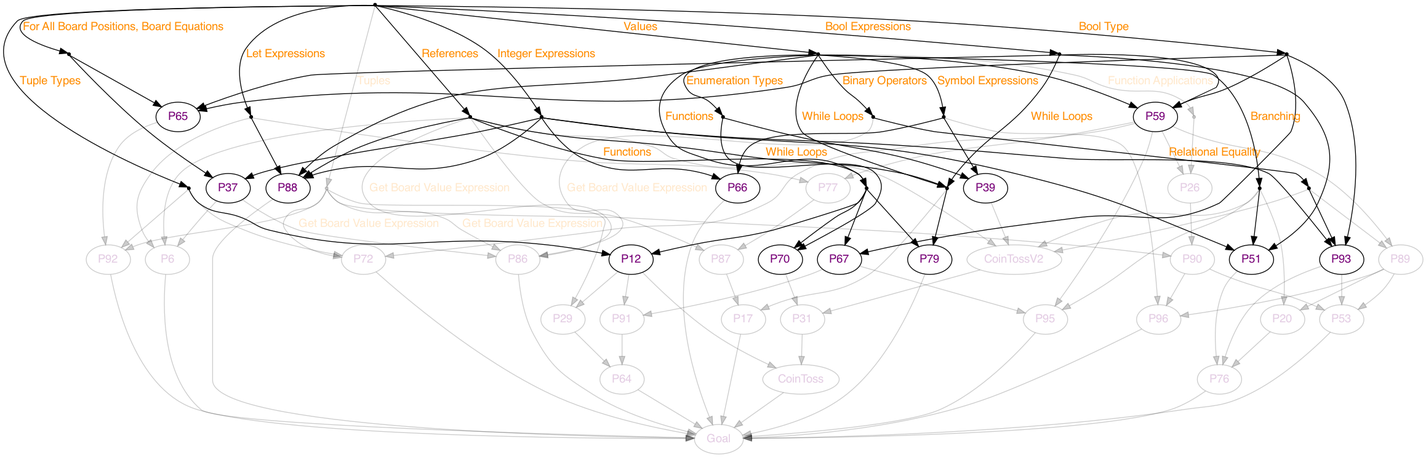
This is last-lattice.png from montymxb/proto-bogl-explorer, a Graphviz export, as it was before one commit. Its source is kept beside it as last-lattice.gv.
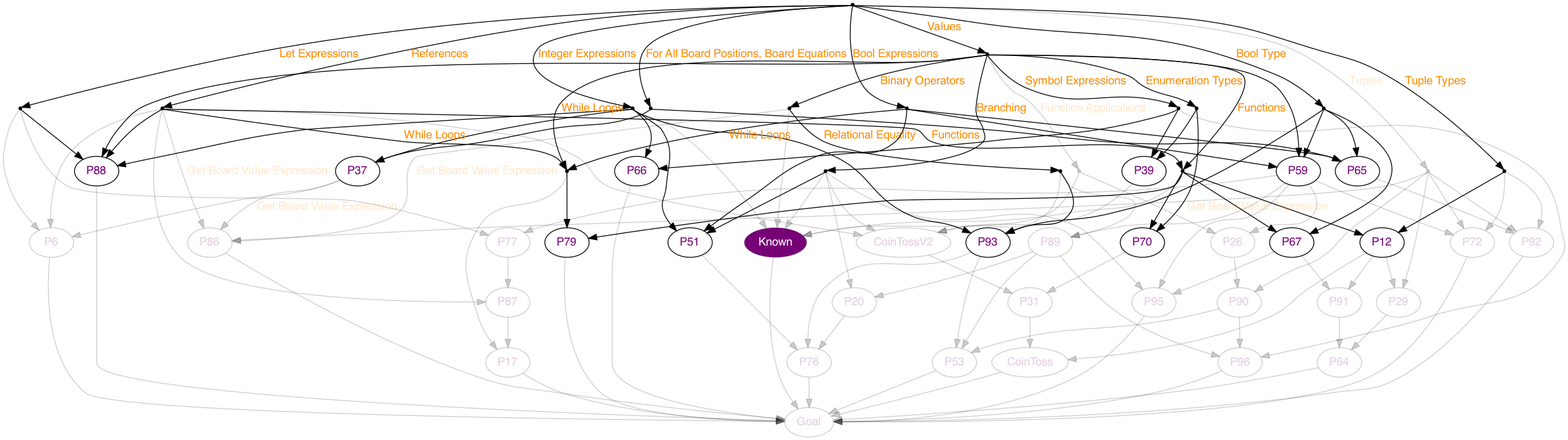
After the commit.

What changed in the source:
```diff
@@ -1,37 +1,37 @@
 strict digraph {
-V1 [color="#00000033"][fontcolor="#77007733"][fontname="Helvetica"][label="Goal"];
-V2 [color="#00000033"][fontcolor="#77007733"][fontname="Helvetica"][label="CoinToss"];
-V3 [color="#00000033"][fontcolor="#77007733"][fontname="Helvetica"][label="CoinTossV2"];
-V4 [color="#000000"][fontcolor="#770077"][fontname="Helvetica"][label="P12"];
-V5 [color="#00000033"][fontcolor="#77007733"][fontname="Helvetica"][label="P17"];
-V6 [color="#00000033"][fontcolor="#77007733"][fontname="Helvetica"][label="P20"];
-V7 [color="#00000033"][fontcolor="#77007733"][fontname="Helvetica"][label="P26"];
-V8 [color="#00000033"][fontcolor="#77007733"][fontname="Helvetica"][label="P29"];
-V9 [color="#00000033"][fontcolor="#77007733"][fontname="Helvetica"][label="P31"];
-V10 [color="#000000"][fontcolor="#770077"][fontname="Helvetica"][label="P37"];
-V11 [color="#000000"][fontcolor="#770077"][fontname="Helvetica"][label="P39"];
-V12 [color="#000000"][fontcolor="#770077"][fontname="Helvetica"][label="P51"];
-V13 [color="#00000033"][fontcolor="#77007733"][fontname="Helvetica"][label="P53"];
-V14 [color="#000000"][fontcolor="#770077"][fontname="Helvetica"][label="P59"];
-V15 [color="#00000033"][fontcolor="#77007733"][fontname="Helvetica"][label="P6"];
-V16 [color="#00000033"][fontcolor="#77007733"][fontname="Helvetica"][label="P64"];
-V17 [color="#000000"][fontcolor="#770077"][fontname="Helvetica"][label="P65"];
-V18 [color="#000000"][fontcolor="#770077"][fontname="Helvetica"][label="P66"];
-V19 [color="#000000"][fontcolor="#770077"][fontname="Helvetica"][label="P67"];
-V20 [color="#000000"][fontcolor="#770077"][fontname="Helvetica"][label="P70"];
-V21 [color="#00000033"][fontcolor="#77007733"][fontname="Helvetica"][label="P72"];
-V22 [color="#00000033"][fontcolor="#77007733"][fontname="Helvetica"][label="P76"];
-V23 [color="#00000033"][fontcolor="#77007733"][fontname="Helvetica"][label="P77"];
-V24 [color="#000000"][fontcolor="#770077"][fontname="Helvetica"][label="P79"];
-V25 [color="#00000033"][fontcolor="#77007733"][fontname="Helvetica"][label="P86"];
-V26 [color="#00000033"][fontcolor="#77007733"][fontname="Helvetica"][label="P87"];
-V27 [color="#000000"][fontcolor="#770077"][fontname="Helvetica"][label="P88"];
-V28 [color="#00000033"][fontcolor="#77007733"][fontname="Helvetica"][label="P89"];
-V29 [color="#00000033"][fontcolor="#77007733"][fontname="Helvetica"][label="P90"];
-V30 [color="#00000033"][fontcolor="#77007733"][fontname="Helvetica"][label="P91"];
-V31 [color="#00000033"][fontcolor="#77007733"][fontname="Helvetica"][label="P92"];
-V32 [color="#000000"][fontcolor="#770077"][fontname="Helvetica"][label="P93"];
-V33 [color="#00000033"][fontcolor="#77007733"][fontname="Helvetica"][label="P95"];
-V34 [color="#00000033"][fontcolor="#77007733"][fontname="Helvetica"][label="P96"];
-V35 [color="#000000"][fontcolor="#770077"][shape="point"];
+V1 [color="#00000033"][fontcolor="#77007733"][fontname="Helvetica"][fillcolor="#770077"][style="filled"][fontcolor="white"][label="Known"];
+V2 [color="#00000033"][fontcolor="#77007733"][fontname="Helvetica"][label="Goal"];
+V3 [color="#00000033"][fontcolor="#77007733"][fontname="Helvetica"][label="CoinToss"];
+V4 [color="#00000033"][fontcolor="#77007733"][fontname="Helvetica"][label="CoinTossV2"];
+V5 [color="#000000"][fontcolor="#770077"][fontname="Helvetica"][label="P12"];
+V6 [color="#00000033"][fontcolor="#77007733"][fontname="Helvetica"][label="P17"];
+V7 [color="#00000033"][fontcolor="#77007733"][fontname="Helvetica"][label="P20"];
+V8 [color="#00000033"][fontcolor="#77007733"][fontname="Helvetica"][label="P26"];
+V9 [color="#00000033"][fontcolor="#77007733"][fontname="Helvetica"][label="P29"];
+V10 [color="#00000033"][fontcolor="#77007733"][fontname="Helvetica"][label="P31"];
+V11 [color="#000000"][fontcolor="#770077"][fontname="Helvetica"][label="P37"];
+V12 [color="#000000"][fontcolor="#770077"][fontname="Helvetica"][label="P39"];
+V13 [color="#000000"][fontcolor="#770077"][fontname="Helvetica"][label="P51"];
+V14 [color="#00000033"][fontcolor="#77007733"][fontname="Helvetica"][label="P53"];
+V15 [color="#000000"][fontcolor="#770077"][fontname="Helvetica"][label="P59"];
+V16 [color="#00000033"][fontcolor="#77007733"][fontname="Helvetica"][label="P6"];
+V17 [color="#00000033"][fontcolor="#77007733"][fontname="Helvetica"][label="P64"];
+V18 [color="#000000"][fontcolor="#770077"][fontname="Helvetica"][label="P65"];
+V19 [color="#000000"][fontcolor="#770077"][fontname="Helvetica"][label="P66"];
+V20 [color="#000000"][fontcolor="#770077"][fontname="Helvetica"][label="P67"];
+V21 [color="#000000"][fontcolor="#770077"][fontname="Helvetica"][label="P70"];
+V22 [color="#00000033"][fontcolor="#77007733"][fontname="Helvetica"][label="P72"];
+V23 [color="#00000033"][fontcolor="#77007733"][fontname="Helvetica"][label="P76"];
+V24 [color="#00000033"][fontcolor="#77007733"][fontname="Helvetica"][label="P77"];
+V25 [color="#000000"][fontcolor="#770077"][fontname="Helvetica"][label="P79"];
+V26 [color="#00000033"][fontcolor="#77007733"][fontname="Helvetica"][label="P86"];
+V27 [color="#00000033"][fontcolor="#77007733"][fontname="Helvetica"][label="P87"];
+V28 [color="#000000"][fontcolor="#770077"][fontname="Helvetica"][label="P88"];
+V29 [color="#00000033"][fontcolor="#77007733"][fontname="Helvetica"][label="P89"];
+V30 [color="#00000033"][fontcolor="#77007733"][fontname="Helvetica"][label="P90"];
+V31 [color="#00000033"][fontcolor="#77007733"][fontname="Helvetica"][label="P91"];
+V32 [color="#00000033"][fontcolor="#77007733"][fontname="Helvetica"][label="P92"];
+V33 [color="#000000"][fontcolor="#770077"][fontname="Helvetica"][label="P93"];
+V34 [color="#00000033"][fontcolor="#77007733"][fontname="Helvetica"][label="P95"];
+V35 [color="#00000033"][fontcolor="#77007733"][fontname="Helvetica"][label="P96"];
 V36 [color="#000000"][fontcolor="#770077"][shape="point"];
@@ -44,4 +44,4 @@
 V43 [color="#000000"][fontcolor="#770077"][shape="point"];
-V44 [color="#00000033"][fontcolor="#77007733"][shape="point"];
-V45 [color="#000000"][fontcolor="#770077"][shape="point"];
+V44 [color="#000000"][fontcolor="#770077"][shape="point"];
+V45 [color="#00000033"][fontcolor="#77007733"][shape="point"];
 V46 [color="#000000"][fontcolor="#770077"][shape="point"];
@@ -51,121 +51,128 @@
 V50 [color="#000000"][fontcolor="#770077"][shape="point"];
-V51 [color="#00000033"][fontcolor="#77007733"][shape="point"];
-V52 [color="#000000"][fontcolor="#770077"][shape="point"];
-V45 -> V37 [color="#000000"][fontcolor="#770077"][fontcolor="darkorange"][fontname="Helvetica"][label="Let Expressions"];
-V45 -> V38 [color="#000000"][fontcolor="#770077"][fontcolor="darkorange"][fontname="Helvetica"][label="For All Board Positions, Board Equations"];
-V45 -> V39 [color="#000000"][fontcolor="#770077"][fontcolor="darkorange"][fontname="Helvetica"][label="Tuple Types"];
-V45 -> V40 [color="#000000"][fontcolor="#770077"][fontcolor="darkorange"][fontname="Helvetica"][label="Integer Expressions"];
-V45 -> V43 [color="#000000"][fontcolor="#770077"][fontcolor="darkorange"][fontname="Helvetica"][label="References"];
-V45 -> V46 [color="#000000"][fontcolor="#770077"][fontcolor="darkorange"][fontname="Helvetica"][label="Bool Type"];
-V45 -> V50 [color="#000000"][fontcolor="#770077"][fontcolor="darkorange"][fontname="Helvetica"][label="Bool Expressions"];
-V45 -> V51 [color="#00000033"][fontcolor="#77007733"][fontcolor="#ff8c0033"][fontname="Helvetica"][label="Tuples"];
-V45 -> V52 [color="#000000"][fontcolor="#770077"][fontcolor="darkorange"][fontname="Helvetica"][label="Values"];
-V37 -> V15 [color="#00000033"][fontcolor="#77007733"];
-V37 -> V23 [color="#00000033"][fontcolor="#77007733"];
-V37 -> V27 [color="#000000"][fontcolor="#770077"];
-V38 -> V10 [color="#000000"][fontcolor="#770077"];
-V38 -> V17 [color="#000000"][fontcolor="#770077"];
-V39 -> V4 [color="#000000"][fontcolor="#770077"];
-V39 -> V21 [color="#00000033"][fontcolor="#77007733"];
-V39 -> V31 [color="#00000033"][fontcolor="#77007733"];
-V40 -> V10 [color="#000000"][fontcolor="#770077"];
-V40 -> V12 [color="#000000"][fontcolor="#770077"];
-V40 -> V18 [color="#000000"][fontcolor="#770077"];
-V40 -> V27 [color="#000000"][fontcolor="#770077"];
-V40 -> V32 [color="#000000"][fontcolor="#770077"];
-V10 -> V15 [color="#00000033"][fontcolor="#77007733"];
-V10 -> V25 [color="#00000033"][fontcolor="#77007733"][fontcolor="#ff8c0033"][fontname="Helvetica"][label="Get Board Value Expression"];
-V43 -> V3 [color="#00000033"][fontcolor="#77007733"];
-V43 -> V15 [color="#00000033"][fontcolor="#77007733"];
-V43 -> V25 [color="#00000033"][fontcolor="#77007733"][fontcolor="#ff8c0033"][fontname="Helvetica"][label="Get Board Value Expression"];
-V43 -> V26 [color="#00000033"][fontcolor="#77007733"];
-V43 -> V27 [color="#000000"][fontcolor="#770077"];
-V43 -> V36 [color="#000000"][fontcolor="#770077"][fontcolor="darkorange"][fontname="Helvetica"][label="While Loops"];
-V43 -> V41 [color="#000000"][fontcolor="#770077"][fontcolor="darkorange"][fontname="Helvetica"][label="Functions"];
-V15 -> V1 [color="#00000033"][fontcolor="#77007733"];
-V46 -> V14 [color="#000000"][fontcolor="#770077"];
-V46 -> V17 [color="#000000"][fontcolor="#770077"];
-V46 -> V19 [color="#000000"][fontcolor="#770077"];
-V46 -> V32 [color="#000000"][fontcolor="#770077"];
+V51 [color="#000000"][fontcolor="#770077"][shape="point"];
+V52 [color="#00000033"][fontcolor="#77007733"][shape="point"];
+V53 [color="#000000"][fontcolor="#770077"][shape="point"];
+V46 -> V38 [color="#000000"][fontcolor="#770077"][fontcolor="darkorange"][fontname="Helvetica"][label="Let Expressions"];
+V46 -> V39 [color="#000000"][fontcolor="#770077"][fontcolor="darkorange"][fontname="Helvetica"][label="For All Board Positions, Board Equations"];
+V46 -> V40 [color="#000000"][fontcolor="#770077"][fontcolor="darkorange"][fontname="Helvetica"][label="Tuple Types"];
+V46 -> V41 [color="#000000"][fontcolor="#770077"][fontcolor="darkorange"][fontname="Helvetica"][label="Integer Expressions"];
+V46 -> V44 [color="#000000"][fontcolor="#770077"][fontcolor="darkorange"][fontname="Helvetica"][label="References"];
+V46 -> V47 [color="#000000"][fontcolor="#770077"][fontcolor="darkorange"][fontname="Helvetica"][label="Bool Type"];
+V46 -> V51 [color="#000000"][fontcolor="#770077"][fontcolor="darkorange"][fontname="Helvetica"][label="Bool Expressions"];
+V46 -> V52 [color="#00000033"][fontcolor="#77007733"][fontcolor="#ff8c0033"][fontname="Helvetica"][label="Tuples"];
+V46 -> V53 [color="#000000"][fontcolor="#770077"][fontcolor="darkorange"][fontname="Helvetica"][label="Values"];
+V38 -> V16 [color="#00000033"][fontcolor="#77007733"];
+V38 -> V24 [color="#00000033"][fontcolor="#77007733"];
+V38 -> V28 [color="#000000"][fontcolor="#770077"];
+V39 -> V11 [color="#000000"][fontcolor="#770077"];
+V39 -> V18 [color="#000000"][fontcolor="#770077"];
+V40 -> V5 [color="#000000"][fontcolor="#770077"];
+V40 -> V22 [color="#00000033"][fontcolor="#77007733"];
+V40 -> V32 [color="#00000033"][fontcolor="#77007733"];
+V41 -> V1 [color="#00000033"][fontcolor="#77007733"];
+V41 -> V11 [color="#000000"][fontcolor="#770077"];
+V41 -> V13 [color="#000000"][fontcolor="#770077"];
+V41 -> V19 [color="#000000"][fontcolor="#770077"];
+V41 -> V28 [color="#000000"][fontcolor="#770077"];
+V41 -> V33 [color="#000000"][fontcolor="#770077"];
+V11 -> V16 [color="#00000033"][fontcolor="#77007733"];
+V11 -> V26 [color="#00000033"][fontcolor="#77007733"][fontcolor="#ff8c0033"][fontname="Helvetica"][label="Get Board Value Expression"];
+V44 -> V4 [color="#00000033"][fontcolor="#77007733"];
+V44 -> V16 [color="#00000033"][fontcolor="#77007733"];
+V44 -> V26 [color="#00000033"][fontcolor="#77007733"][fontcolor="#ff8c0033"][fontname="Helvetica"][label="Get Board Value Expression"];
+V44 -> V27 [color="#00000033"][fontcolor="#77007733"];
+V44 -> V28 [color="#000000"][fontcolor="#770077"];
+V44 -> V37 [color="#000000"][fontcolor="#770077"][fontcolor="darkorange"][fontname="Helvetica"][label="While Loops"];
+V44 -> V42 [color="#000000"][fontcolor="#770077"][fontcolor="darkorange"][fontname="Helvetica"][label="Functions"];
+V16 -> V2 [color="#00000033"][fontcolor="#77007733"];
+V47 -> V15 [color="#000000"][fontcolor="#770077"];
+V47 -> V18 [color="#000000"][fontcolor="#770077"];
+V47 -> V20 [color="#000000"][fontcolor="#770077"];
+V47 -> V33 [color="#000000"][fontcolor="#770077"];
+V51 -> V13 [color="#000000"][fontcolor="#770077"];
+V51 -> V15 [color="#000000"][fontcolor="#770077"];
+V51 -> V18 [color="#000000"][fontcolor="#770077"];
+V51 -> V37 [color="#000000"][fontcolor="#770077"][fontcolor="darkorange"][fontname="Helvetica"][label="While Loops"];
+V18 -> V32 [color="#00000033"][fontcolor="#77007733"];
+V52 -> V9 [color="#00000033"][fontcolor="#77007733"];
+V52 -> V22 [color="#00000033"][fontcolor="#77007733"];
+V52 -> V26 [color="#00000033"][fontcolor="#77007733"][fontcolor="#ff8c0033"][fontname="Helvetica"][label="Get Board Value Expression"];
+V52 -> V30 [color="#00000033"][fontcolor="#77007733"];
+V52 -> V32 [color="#00000033"][fontcolor="#77007733"];
+V32 -> V2 [color="#00000033"][fontcolor="#77007733"];
+V53 -> V15 [color="#000000"][fontcolor="#770077"];
+V53 -> V28 [color="#000000"][fontcolor="#770077"];
+V53 -> V36 [color="#000000"][fontcolor="#770077"][fontcolor="darkorange"][fontname="Helvetica"][label="Enumeration Types"];
+V53 -> V37 [color="#000000"][fontcolor="#770077"][fontcolor="darkorange"][fontname="Helvetica"][label="While Loops"];
+V53 -> V42 [color="#000000"][fontcolor="#770077"][fontcolor="darkorange"][fontname="Helvetica"][label="Functions"];
+V53 -> V43 [color="#000000"][fontcolor="#770077"][fontcolor="darkorange"][fontname="Helvetica"][label="Branching"];
+V53 -> V45 [color="#00000033"][fontcolor="#77007733"][fontcolor="#ff8c0033"][fontname="Helvetica"][label="Function Applications"];
+V53 -> V49 [color="#000000"][fontcolor="#770077"][fontcolor="darkorange"][fontname="Helvetica"][label="Binary Operators"];
+V53 -> V50 [color="#000000"][fontcolor="#770077"][fontcolor="darkorange"][fontname="Helvetica"][label="Symbol Expressions"];
+V15 -> V8 [color="#00000033"][fontcolor="#77007733"];
+V15 -> V22 [color="#00000033"][fontcolor="#77007733"];
+V15 -> V24 [color="#00000033"][fontcolor="#77007733"];
+V15 -> V29 [color="#00000033"][fontcolor="#77007733"];
+V15 -> V34 [color="#00000033"][fontcolor="#77007733"];
+V22 -> V2 [color="#00000033"][fontcolor="#77007733"];
+V24 -> V27 [color="#00000033"][fontcolor="#77007733"];
+V27 -> V6 [color="#00000033"][fontcolor="#77007733"];
+V28 -> V2 [color="#00000033"][fontcolor="#77007733"];
+V36 -> V12 [color="#000000"][fontcolor="#770077"];
+V36 -> V21 [color="#000000"][fontcolor="#770077"];
+V37 -> V6 [color="#00000033"][fontcolor="#77007733"];
+V37 -> V25 [color="#000000"][fontcolor="#770077"];
+V6 -> V2 [color="#00000033"][fontcolor="#77007733"];
+V42 -> V1 [color="#00000033"][fontcolor="#77007733"];
+V42 -> V5 [color="#000000"][fontcolor="#770077"];
+V42 -> V20 [color="#000000"][fontcolor="#770077"];
+V42 -> V21 [color="#000000"][fontcolor="#770077"];
+V42 -> V25 [color="#000000"][fontcolor="#770077"];
+V5 -> V3 [color="#00000033"][fontcolor="#77007733"];
+V5 -> V9 [color="#00000033"][fontcolor="#77007733"];
+V5 -> V31 [color="#00000033"][fontcolor="#77007733"];
+V9 -> V17 [color="#00000033"][fontcolor="#77007733"];
+V20 -> V31 [color="#00000033"][fontcolor="#77007733"];
+V20 -> V34 [color="#00000033"][fontcolor="#77007733"];
+V21 -> V10 [color="#00000033"][fontcolor="#77007733"];
+V25 -> V2 [color="#00000033"][fontcolor="#77007733"];
+V31 -> V17 [color="#00000033"][fontcolor="#77007733"];
+V17 -> V2 [color="#00000033"][fontcolor="#77007733"];
+V43 -> V1 [color="#00000033"][fontcolor="#77007733"];
+V43 -> V4 [color="#00000033"][fontcolor="#77007733"];
+V43 -> V7 [color="#00000033"][fontcolor="#77007733"];
+V43 -> V13 [color="#000000"][fontcolor="#770077"];
+V43 -> V34 [color="#00000033"][fontcolor="#77007733"];
+V13 -> V23 [color="#00000033"][fontcolor="#77007733"];
+V34 -> V2 [color="#00000033"][fontcolor="#77007733"];
+V45 -> V1 [color="#00000033"][fontcolor="#77007733"];
+V45 -> V8 [color="#00000033"][fontcolor="#77007733"];
+V8 -> V30 [color="#00000033"][fontcolor="#77007733"];
+V30 -> V14 [color="#00000033"][fontcolor="#77007733"];
+V30 -> V35 [color="#00000033"][fontcolor="#77007733"];
+V49 -> V1 [color="#00000033"][fontcolor="#77007733"];
+V49 -> V26 [color="#00000033"][fontcolor="#77007733"][fontcolor="#ff8c0033"][fontname="Helvetica"][label="Get Board Value Expression"];
+V49 -> V48 [color="#000000"][fontcolor="#770077"][fontcolor="darkorange"][fontname="Helvetica"][label="Relational Equality"];
+V1 -> V2 [color="#00000033"][fontcolor="#77007733"];
+V26 -> V2 [color="#00000033"][fontcolor="#77007733"];
+V48 -> V4 [color="#00000033"][fontcolor="#77007733"];
+V48 -> V29 [color="#00000033"][fontcolor="#77007733"];
+V48 -> V33 [color="#000000"][fontcolor="#770077"];
+V29 -> V7 [color="#00000033"][fontcolor="#77007733"];
+V29 -> V14 [color="#00000033"][fontcolor="#77007733"];
+V29 -> V35 [color="#00000033"][fontcolor="#77007733"];
+V7 -> V23 [color="#00000033"][fontcolor="#77007733"];
+V33 -> V14 [color="#00000033"][fontcolor="#77007733"];
+V33 -> V23 [color="#00000033"][fontcolor="#77007733"];
+V14 -> V2 [color="#00000033"][fontcolor="#77007733"];
+V23 -> V2 [color="#00000033"][fontcolor="#77007733"];
 V50 -> V12 [color="#000000"][fontcolor="#770077"];
-V50 -> V14 [color="#000000"][fontcolor="#770077"];
-V50 -> V17 [color="#000000"][fontcolor="#770077"];
-V50 -> V36 [color="#000000"][fontcolor="#770077"][fontcolor="darkorange"][fontname="Helvetica"][label="While Loops"];
-V17 -> V31 [color="#00000033"][fontcolor="#77007733"];
-V51 -> V8 [color="#00000033"][fontcolor="#77007733"];
-V51 -> V21 [color="#00000033"][fontcolor="#77007733"];
-V51 -> V25 [color="#00000033"][fontcolor="#77007733"][fontcolor="#ff8c0033"][fontname="Helvetica"][label="Get Board Value Expression"];
-V51 -> V29 [color="#00000033"][fontcolor="#77007733"];
-V51 -> V31 [color="#00000033"][fontcolor="#77007733"];
-V31 -> V1 [color="#00000033"][fontcolor="#77007733"];
-V52 -> V14 [color="#000000"][fontcolor="#770077"];
-V52 -> V27 [color="#000000"][fontcolor="#770077"];
-V52 -> V35 [color="#000000"][fontcolor="#770077"][fontcolor="darkorange"][fontname="Helvetica"][label="Enumeration Types"];
-V52 -> V36 [color="#000000"][fontcolor="#770077"][fontcolor="darkorange"][fontname="Helvetica"][label="While Loops"];
-V52 -> V41 [color="#000000"][fontcolor="#770077"][fontcolor="darkorange"][fontname="Helvetica"][label="Functions"];
-V52 -> V42 [color="#000000"][fontcolor="#770077"][fontcolor="darkorange"][fontname="Helvetica"][label="Branching"];
-V52 -> V44 [color="#00000033"][fontcolor="#77007733"][fontcolor="#ff8c0033"][fontname="Helvetica"][label="Function Applications"];
-V52 -> V48 [color="#000000"][fontcolor="#770077"][fontcolor="darkorange"][fontname="Helvetica"][label="Binary Operators"];
-V52 -> V49 [color="#000000"][fontcolor="#770077"][fontcolor="darkorange"][fontname="Helvetica"][label="Symbol Expressions"];
-V14 -> V7 [color="#00000033"][fontcolor="#77007733"];
-V14 -> V21 [color="#00000033"][fontcolor="#77007733"];
-V14 -> V23 [color="#00000033"][fontcolor="#77007733"];
-V14 -> V28 [color="#00000033"][fontcolor="#77007733"];
-V14 -> V33 [color="#00000033"][fontcolor="#77007733"];
-V21 -> V1 [color="#00000033"][fontcolor="#77007733"];
-V23 -> V26 [color="#00000033"][fontcolor="#77007733"];
-V26 -> V5 [color="#00000033"][fontcolor="#77007733"];
-V27 -> V1 [color="#00000033"][fontcolor="#77007733"];
-V35 -> V11 [color="#000000"][fontcolor="#770077"];
-V35 -> V20 [color="#000000"][fontcolor="#770077"];
-V36 -> V5 [color="#00000033"][fontcolor="#77007733"];
-V36 -> V24 [color="#000000"][fontcolor="#770077"];
-V5 -> V1 [color="#00000033"][fontcolor="#77007733"];
-V41 -> V4 [color="#000000"][fontcolor="#770077"];
-V41 -> V19 [color="#000000"][fontcolor="#770077"];
-V41 -> V20 [color="#000000"][fontcolor="#770077"];
-V41 -> V24 [color="#000000"][fontcolor="#770077"];
-V4 -> V2 [color="#00000033"][fontcolor="#77007733"];
-V4 -> V8 [color="#00000033"][fontcolor="#77007733"];
-V4 -> V30 [color="#00000033"][fontcolor="#77007733"];
-V8 -> V16 [color="#00000033"][fontcolor="#77007733"];
-V19 -> V30 [color="#00000033"][fontcolor="#77007733"];
-V19 -> V33 [color="#00000033"][fontcolor="#77007733"];
-V20 -> V9 [color="#00000033"][fontcolor="#77007733"];
-V24 -> V1 [color="#00000033"][fontcolor="#77007733"];
-V30 -> V16 [color="#00000033"][fontcolor="#77007733"];
-V16 -> V1 [color="#00000033"][fontcolor="#77007733"];
-V42 -> V3 [color="#00000033"][fontcolor="#77007733"];
-V42 -> V6 [color="#00000033"][fontcolor="#77007733"];
-V42 -> V12 [color="#000000"][fontcolor="#770077"];
-V42 -> V33 [color="#00000033"][fontcolor="#77007733"];
-V12 -> V22 [color="#00000033"][fontcolor="#77007733"];
-V33 -> V1 [color="#00000033"][fontcolor="#77007733"];
-V44 -> V7 [color="#00000033"][fontcolor="#77007733"];
-V7 -> V29 [color="#00000033"][fontcolor="#77007733"];
-V29 -> V13 [color="#00000033"][fontcolor="#77007733"];
-V29 -> V34 [color="#00000033"][fontcolor="#77007733"];
-V48 -> V25 [color="#00000033"][fontcolor="#77007733"][fontcolor="#ff8c0033"][fontname="Helvetica"][label="Get Board Value Expression"];
-V48 -> V47 [color="#000000"][fontcolor="#770077"][fontcolor="darkorange"][fontname="Helvetica"][label="Relational Equality"];
-V25 -> V1 [color="#00000033"][fontcolor="#77007733"];
-V47 -> V3 [color="#00000033"][fontcolor="#77007733"];
-V47 -> V28 [color="#00000033"][fontcolor="#77007733"];
-V47 -> V32 [color="#000000"][fontcolor="#770077"];
-V28 -> V6 [color="#00000033"][fontcolor="#77007733"];
-V28 -> V13 [color="#00000033"][fontcolor="#77007733"];
-V28 -> V34 [color="#00000033"][fontcolor="#77007733"];
-V6 -> V22 [color="#00000033"][fontcolor="#77007733"];
-V32 -> V13 [color="#00000033"][fontcolor="#77007733"];
-V32 -> V22 [color="#00000033"][fontcolor="#77007733"];
-V13 -> V1 [color="#00000033"][fontcolor="#77007733"];
-V22 -> V1 [color="#00000033"][fontcolor="#77007733"];
-V49 -> V11 [color="#000000"][fontcolor="#770077"];
-V49 -> V18 [color="#000000"][fontcolor="#770077"];
-V49 -> V34 [color="#00000033"][fontcolor="#77007733"];
-V11 -> V3 [color="#00000033"][fontcolor="#77007733"];
-V3 -> V9 [color="#00000033"][fontcolor="#77007733"];
-V9 -> V2 [color="#00000033"][fontcolor="#77007733"];
-V2 -> V1 [color="#00000033"][fontcolor="#77007733"];
-V18 -> V1 [color="#00000033"][fontcolor="#77007733"];
-V34 -> V1 [color="#00000033"][fontcolor="#77007733"]
+V50 -> V19 [color="#000000"][fontcolor="#770077"];
+V50 -> V35 [color="#00000033"][fontcolor="#77007733"];
+V12 -> V4 [color="#00000033"][fontcolor="#77007733"];
+V4 -> V10 [color="#00000033"][fontcolor="#77007733"];
+V10 -> V3 [color="#00000033"][fontcolor="#77007733"];
+V3 -> V2 [color="#00000033"][fontcolor="#77007733"];
+V19 -> V2 [color="#00000033"][fontcolor="#77007733"];
+V35 -> V2 [color="#00000033"][fontcolor="#77007733"]
 }
```
